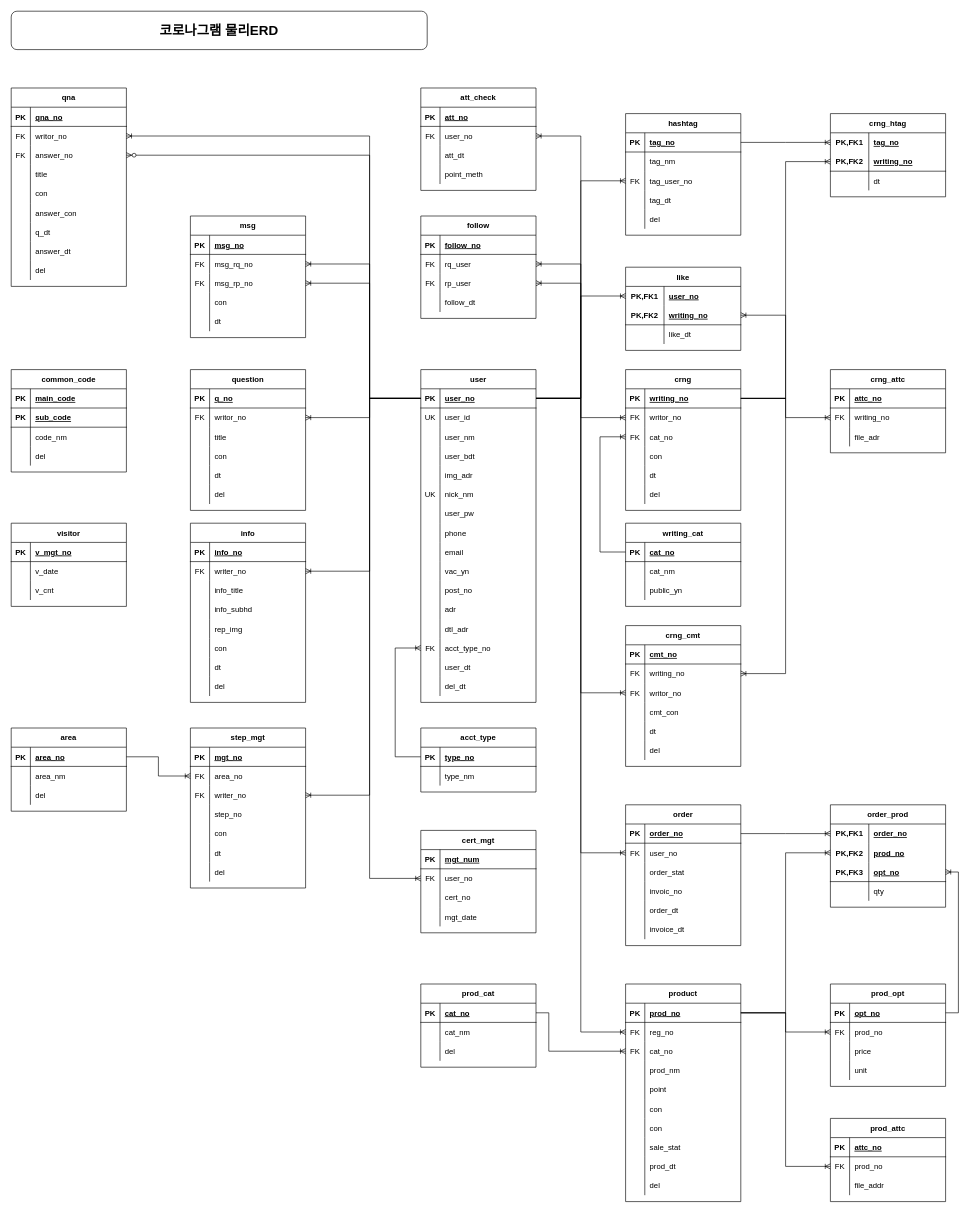
Above: page "물리ERD" (2 of 2) of 논리ERD.drawio in fullishment/base (draw.io), before the change. Source tidied: cells renumbered, new cells numbered last; positions are measured from the earlier drawing's top-left corner, leaving out a move shared by most shapes. Both pictures are drawn from the tidied source at 64%, with x=0, y=0 at pixel (11, 11).
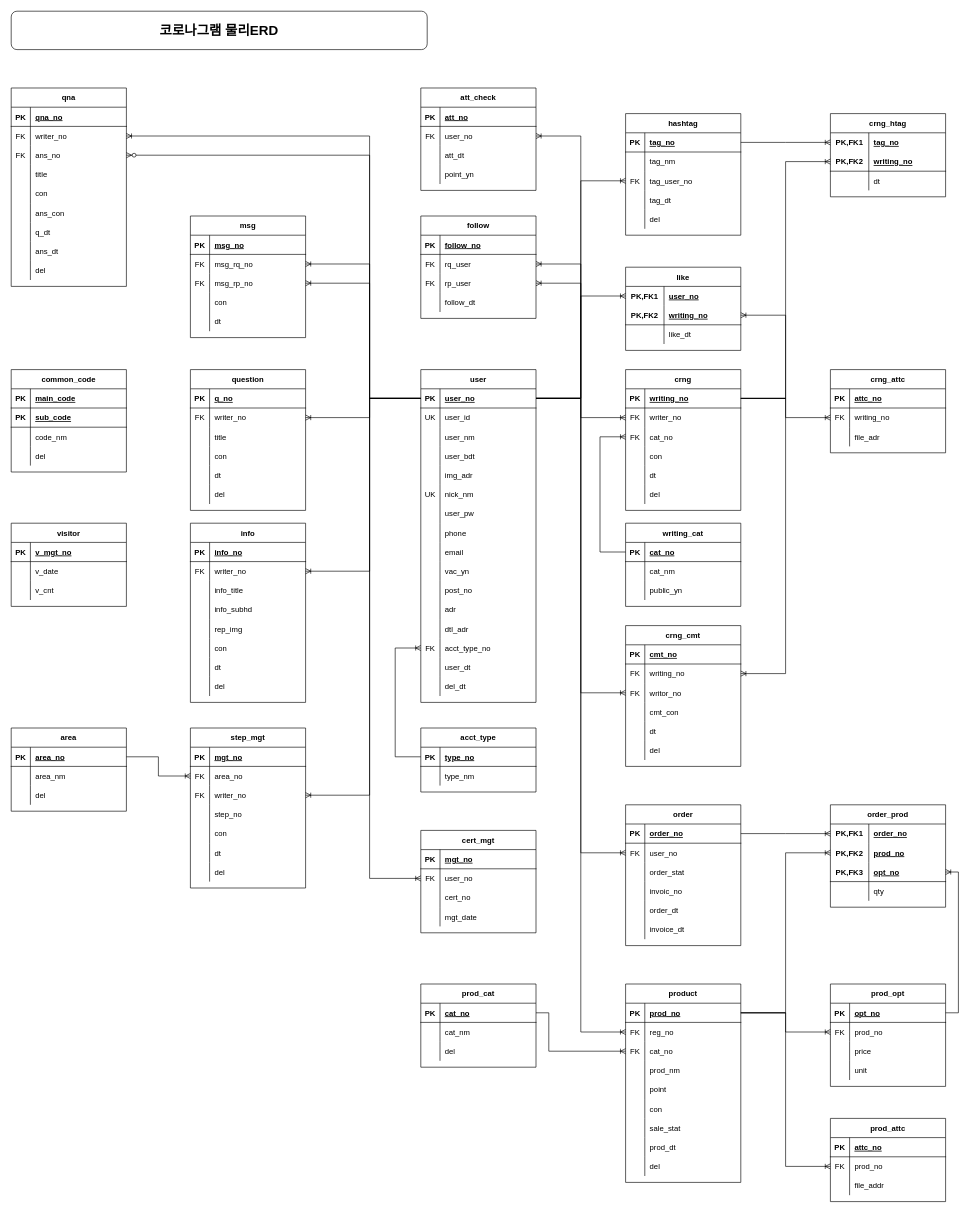
The same diagram, later.

The change refers to these unchanged cells:
```xml
<mxCell id="52" style="shape=partialRectangle;fillColor=none;top=0;left=0;bottom=1;right=0;" parent="51" vertex="1">
  <mxGeometry y="30" width="180" height="30" as="geometry" />
</mxCell>
<mxCell id="68" style="shape=partialRectangle;fillColor=none;top=0;left=0;bottom=0;right=0;points=[[0,0.5],[1,0.5]];portConstraint=eastwest;" parent="64" vertex="1">
  <mxGeometry y="60" width="180" height="30" as="geometry" />
</mxCell>
<mxCell id="188" style="shape=partialRectangle;fillColor=none;top=0;left=0;bottom=0;right=0;" parent="178" vertex="1">
  <mxGeometry y="120" width="180" height="30" as="geometry" />
</mxCell>
<mxCell id="221" style="shape=partialRectangle;fillColor=none;top=0;left=0;bottom=0;right=0;points=[[0,0.5],[1,0.5]];portConstraint=eastwest;" parent="217" vertex="1">
  <mxGeometry y="60" width="180" height="30" as="geometry" />
</mxCell>
<mxCell id="240" style="shape=partialRectangle;fillColor=none;top=0;left=0;bottom=0;right=0;points=[[0,0.5],[1,0.5]];portConstraint=eastwest;" parent="236" vertex="1">
  <mxGeometry y="60" width="180" height="30" as="geometry" />
</mxCell>
<mxCell id="243" style="shape=partialRectangle;fillColor=none;top=0;left=0;bottom=0;right=0;points=[[0,0.5],[1,0.5]];portConstraint=eastwest;" parent="236" vertex="1">
  <mxGeometry y="90" width="180" height="30" as="geometry" />
</mxCell>
<mxCell id="252" style="shape=partialRectangle;fillColor=none;top=0;left=0;bottom=0;right=0;" parent="236" vertex="1">
  <mxGeometry y="180" width="180" height="30" as="geometry" />
</mxCell>
<mxCell id="258" style="shape=partialRectangle;fillColor=none;top=0;left=0;bottom=0;right=0;" parent="236" vertex="1">
  <mxGeometry y="240" width="180" height="30" as="geometry" />
</mxCell>
```

Change to the diagram source:
```diff
@@
-    <mxCell id="54" value="mgt_num" style="shape=partialRectangle;fillColor=none;top=0;left=0;bottom=0;right=0;align=left;spacingLeft=6;fontStyle=5;overflow=hidden;" parent="52" vertex="1">
+    <mxCell id="54" value="mgt_no" style="shape=partialRectangle;fillColor=none;top=0;left=0;bottom=0;right=0;align=left;spacingLeft=6;fontStyle=5;overflow=hidden;" parent="52" vertex="1">
       <mxGeometry x="30" width="150" height="30" as="geometry" />
     </mxCell>
@@
-    <mxCell id="70" value="writor_no" style="shape=partialRectangle;fillColor=none;top=0;left=0;bottom=0;right=0;align=left;spacingLeft=6;overflow=hidden;" parent="68" vertex="1">
+    <mxCell id="70" value="writer_no" style="shape=partialRectangle;fillColor=none;top=0;left=0;bottom=0;right=0;align=left;spacingLeft=6;overflow=hidden;" parent="68" vertex="1">
       <mxGeometry x="30" width="150" height="30" as="geometry" />
     </mxCell>
@@
-    <mxCell id="190" value="point_meth" style="shape=partialRectangle;fillColor=none;top=0;left=0;bottom=0;right=0;align=left;spacingLeft=6;overflow=hidden;" parent="188" vertex="1">
+    <mxCell id="190" value="point_yn" style="shape=partialRectangle;fillColor=none;top=0;left=0;bottom=0;right=0;align=left;spacingLeft=6;overflow=hidden;" parent="188" vertex="1">
       <mxGeometry x="30" width="150" height="30" as="geometry" />
     </mxCell>
@@
-    <mxCell id="223" value="writor_no" style="shape=partialRectangle;fillColor=none;top=0;left=0;bottom=0;right=0;align=left;spacingLeft=6;overflow=hidden;" parent="221" vertex="1">
+    <mxCell id="223" value="writer_no" style="shape=partialRectangle;fillColor=none;top=0;left=0;bottom=0;right=0;align=left;spacingLeft=6;overflow=hidden;" parent="221" vertex="1">
       <mxGeometry x="30" width="150" height="30" as="geometry" />
     </mxCell>
@@
-    <mxCell id="242" value="writor_no" style="shape=partialRectangle;fillColor=none;top=0;left=0;bottom=0;right=0;align=left;spacingLeft=6;overflow=hidden;" parent="240" vertex="1">
+    <mxCell id="242" value="writer_no" style="shape=partialRectangle;fillColor=none;top=0;left=0;bottom=0;right=0;align=left;spacingLeft=6;overflow=hidden;" parent="240" vertex="1">
       <mxGeometry x="30" width="150" height="30" as="geometry" />
     </mxCell>
@@
-    <mxCell id="245" value="answer_no" style="shape=partialRectangle;fillColor=none;top=0;left=0;bottom=0;right=0;align=left;spacingLeft=6;overflow=hidden;" parent="243" vertex="1">
+    <mxCell id="245" value="ans_no" style="shape=partialRectangle;fillColor=none;top=0;left=0;bottom=0;right=0;align=left;spacingLeft=6;overflow=hidden;" parent="243" vertex="1">
       <mxGeometry x="30" width="150" height="30" as="geometry" />
     </mxCell>
@@
-    <mxCell id="254" value="answer_con" style="shape=partialRectangle;fillColor=none;top=0;left=0;bottom=0;right=0;align=left;spacingLeft=6;overflow=hidden;" parent="252" vertex="1">
+    <mxCell id="254" value="ans_con" style="shape=partialRectangle;fillColor=none;top=0;left=0;bottom=0;right=0;align=left;spacingLeft=6;overflow=hidden;" parent="252" vertex="1">
       <mxGeometry x="30" width="150" height="30" as="geometry" />
     </mxCell>
@@
-    <mxCell id="260" value="answer_dt" style="shape=partialRectangle;fillColor=none;top=0;left=0;bottom=0;right=0;align=left;spacingLeft=6;overflow=hidden;" parent="258" vertex="1">
+    <mxCell id="260" value="ans_dt" style="shape=partialRectangle;fillColor=none;top=0;left=0;bottom=0;right=0;align=left;spacingLeft=6;overflow=hidden;" parent="258" vertex="1">
       <mxGeometry x="30" width="150" height="30" as="geometry" />
     </mxCell>
@@
     <mxCell id="321" value="product" style="shape=table;startSize=30;childLayout=tableLayout;rowLines=0;fontStyle=1;align=center;" parent="1" vertex="1">
-      <mxGeometry x="960" y="1520" width="180" height="340" as="geometry" />
+      <mxGeometry x="960" y="1520" width="180" height="310" as="geometry" />
     </mxCell>
@@
-    <mxCell id="337" style="shape=partialRectangle;fillColor=none;top=0;left=0;bottom=0;right=0;" parent="321" vertex="1">
-      <mxGeometry y="180" width="180" height="30" as="geometry" />
-    </mxCell>
-    <mxCell id="338" style="shape=partialRectangle;fillColor=none;top=0;left=0;bottom=0;right=0;overflow=hidden;" parent="337" vertex="1">
-      <mxGeometry width="30" height="30" as="geometry" />
-    </mxCell>
-    <mxCell id="339" value="con" style="shape=partialRectangle;fillColor=none;top=0;left=0;bottom=0;right=0;align=left;spacingLeft=6;overflow=hidden;" parent="337" vertex="1">
-      <mxGeometry x="30" width="150" height="30" as="geometry" />
-    </mxCell>
     <mxCell id="340" style="shape=partialRectangle;fillColor=none;top=0;left=0;bottom=0;right=0;" parent="321" vertex="1">
-      <mxGeometry y="210" width="180" height="30" as="geometry" />
+      <mxGeometry y="180" width="180" height="30" as="geometry" />
     </mxCell>
@@
     <mxCell id="343" style="shape=partialRectangle;fillColor=none;top=0;left=0;bottom=0;right=0;" parent="321" vertex="1">
-      <mxGeometry y="240" width="180" height="30" as="geometry" />
+      <mxGeometry y="210" width="180" height="30" as="geometry" />
     </mxCell>
@@
     <mxCell id="346" style="shape=partialRectangle;fillColor=none;top=0;left=0;bottom=0;right=0;" parent="321" vertex="1">
-      <mxGeometry y="270" width="180" height="30" as="geometry" />
+      <mxGeometry y="240" width="180" height="30" as="geometry" />
     </mxCell>
@@
     <mxCell id="349" style="shape=partialRectangle;fillColor=none;top=0;left=0;bottom=0;right=0;" parent="321" vertex="1">
-      <mxGeometry y="300" width="180" height="30" as="geometry" />
+      <mxGeometry y="270" width="180" height="30" as="geometry" />
     </mxCell>
```
